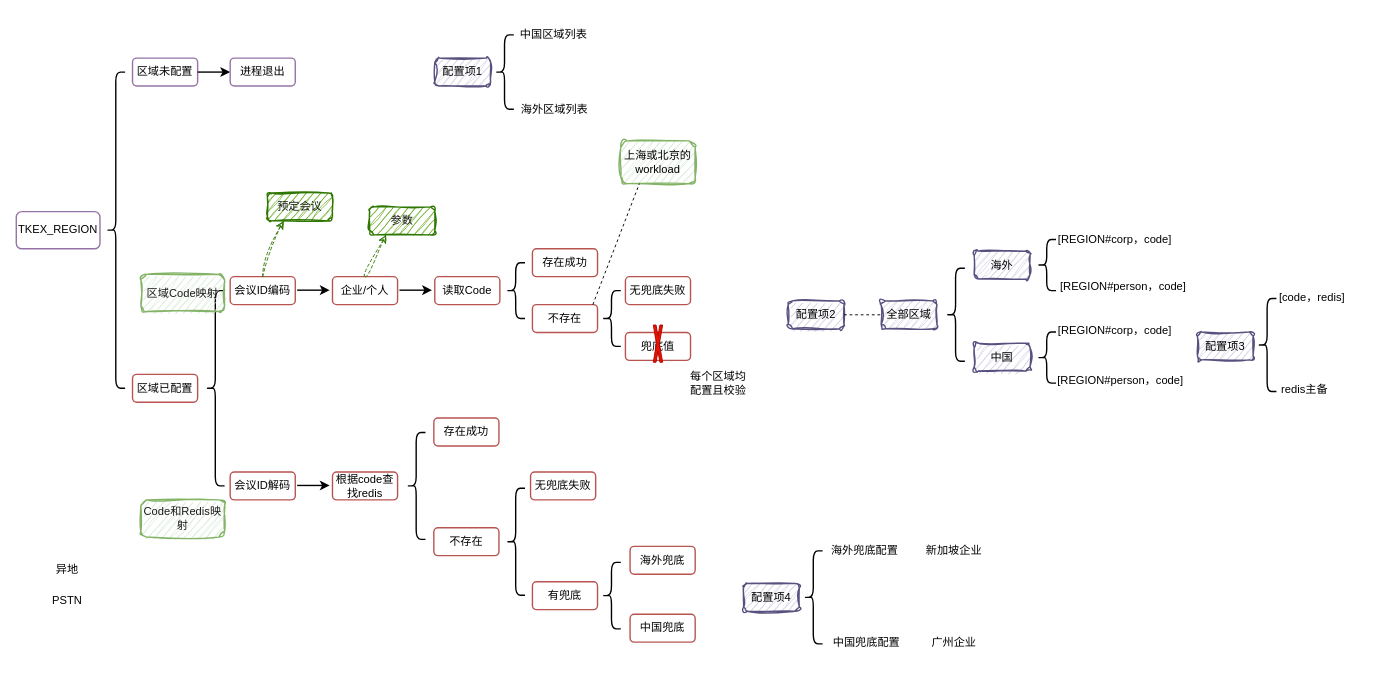
Above: base/数据隔离和异地多活配置.drawio in melonshell/draw.io (draw.io), before the change. Source tidied: cells renumbered, new cells numbered last; positions are measured from the earlier drawing's top-left corner, leaving out a move shared by most shapes. Both pictures are drawn from the tidied source at 93%, with x=0, y=0 at pixel (16, 16).
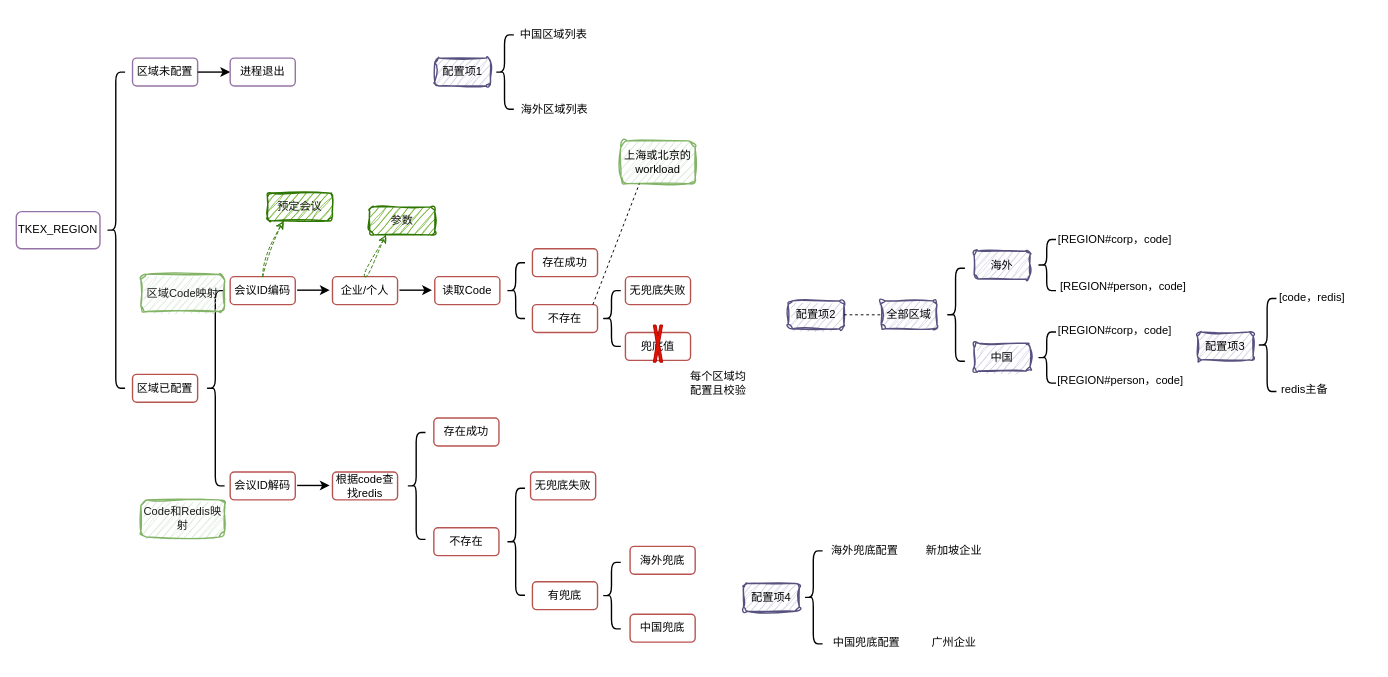
After the change.

Commit message:
更新数据隔离和异地多活配置.drawio

The edit, as a diff of the source:
```diff
@@
-    <mxCell id="51" value="异地" style="rounded=1;whiteSpace=wrap;html=1;fillColor=none;strokeColor=none;strokeWidth=1.5;sketch=1;curveFitting=1;jiggle=2;" parent="1" vertex="1">
-      <mxGeometry x="10" y="574.8" width="90" height="40" as="geometry" />
-    </mxCell>
-    <mxCell id="52" value="PSTN" style="rounded=1;whiteSpace=wrap;html=1;fillColor=none;strokeColor=none;strokeWidth=1.5;sketch=1;curveFitting=1;jiggle=2;" parent="1" vertex="1">
-      <mxGeometry x="10" y="608" width="90" height="40" as="geometry" />
-    </mxCell>
```
